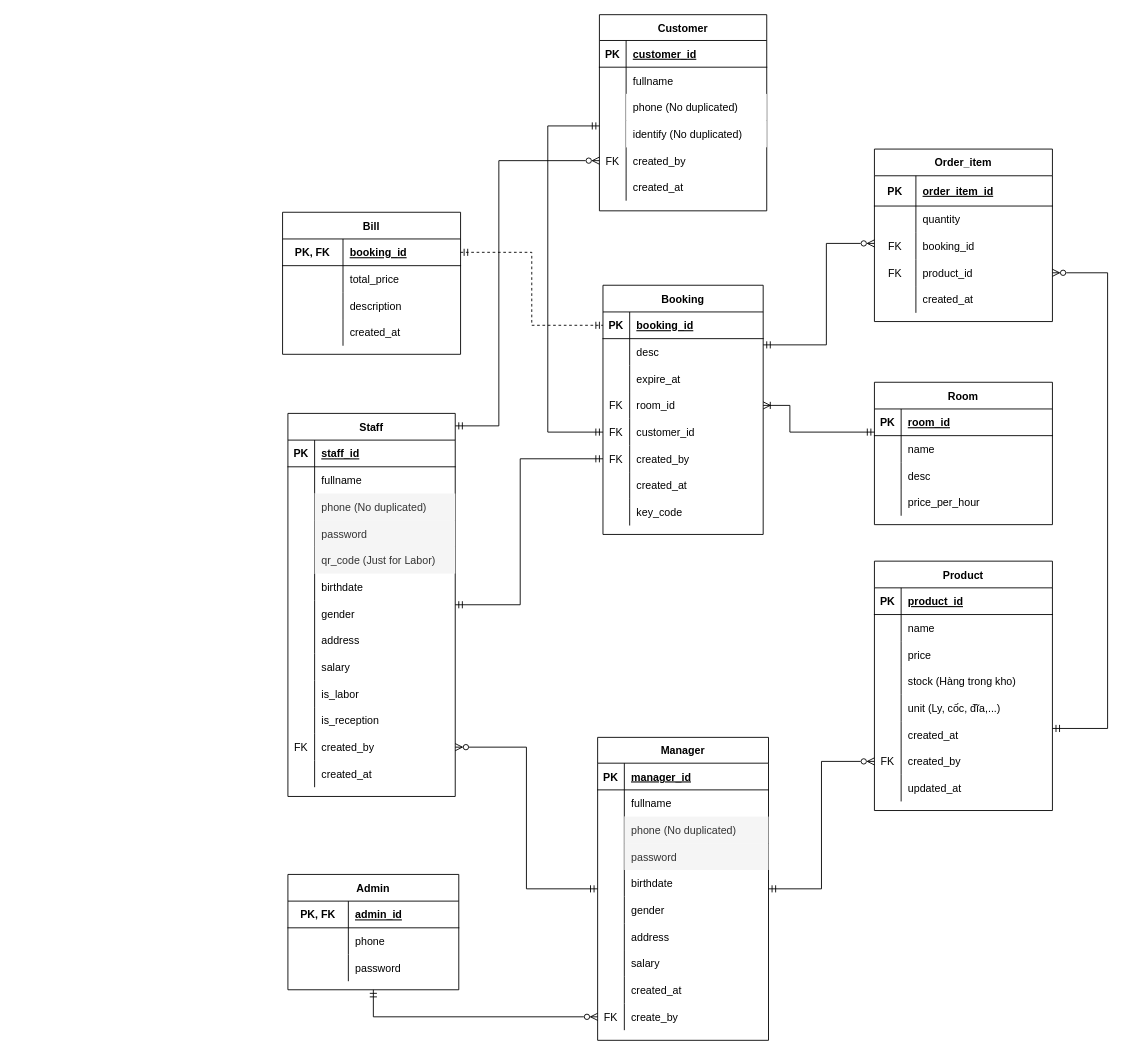
The draw.io diagram page "ERD" (1 of 2) of Hotel/ERD/Hotel_Digrams.drawio in akili862002/HotelManagementWF, before the edit. Source tidied: cells renumbered, new cells numbered last; positions are measured from the earlier drawing's top-left corner, leaving out a move shared by most shapes. Both pictures are drawn from the tidied source at 89%, with x=0, y=0 at pixel (282, 14).
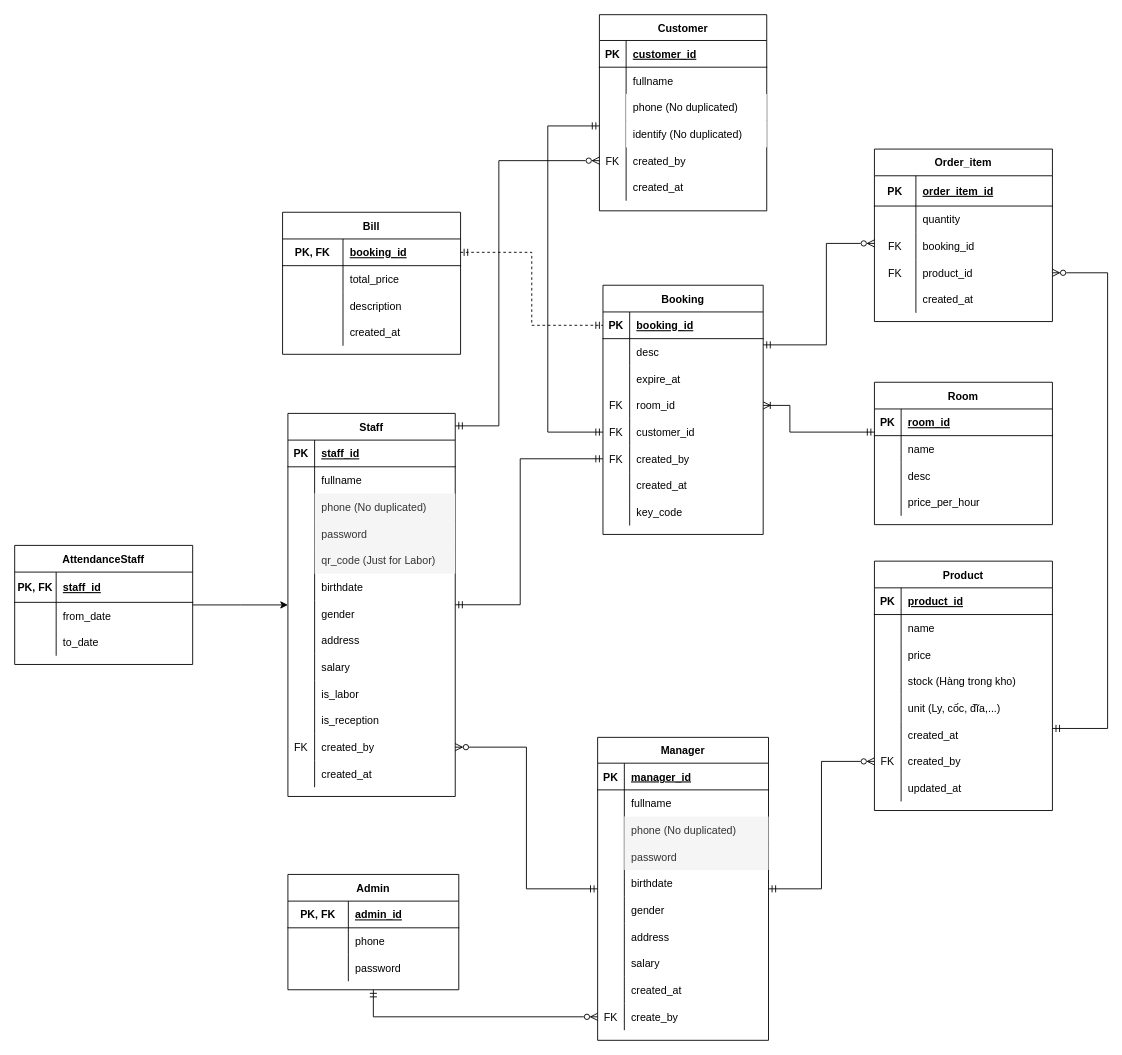
The same diagram, later.

The change refers to these unchanged cells:
```xml
<mxCell id="2" value="Staff" style="shape=table;startSize=30;childLayout=tableLayout;rowLines=0;fontStyle=1;align=center;" parent="1" vertex="1">
  <mxGeometry x="6" y="448" width="188" height="430.4" as="geometry" />
</mxCell>
```

Change to the diagram source:
```diff
@@
+    <mxCell id="204" style="edgeStyle=orthogonalEdgeStyle;rounded=0;jettySize=auto;html=1;" parent="1" edge="1" source="205" target="2">
+      <mxGeometry relative="1" as="geometry" />
+    </mxCell>
+    <mxCell id="205" value="AttendanceStaff" style="shape=table;startSize=30;childLayout=tableLayout;rowLines=0;fontStyle=1;align=center;" parent="1" vertex="1">
+      <mxGeometry x="-301" y="596.3" width="200" height="133.8" as="geometry" />
+    </mxCell>
+    <mxCell id="206" style="shape=tableRow;horizontal=0;startSize=0;swimlaneHead=0;swimlaneBody=0;fillColor=none;top=0;left=0;right=0;bottom=1;" parent="205" vertex="1">
+      <mxGeometry y="30" width="200" height="34" as="geometry" />
+    </mxCell>
+    <mxCell id="207" value="PK, FK" style="shape=partialRectangle;fillColor=none;top=0;left=0;bottom=0;right=0;fontStyle=1;overflow=hidden;" parent="206" vertex="1">
+      <mxGeometry width="46.6" height="34" as="geometry" />
+    </mxCell>
+    <mxCell id="208" value="staff_id" style="shape=partialRectangle;fillColor=none;top=0;left=0;bottom=0;right=0;align=left;spacingLeft=6;fontStyle=5;overflow=hidden;" parent="206" vertex="1">
+      <mxGeometry x="46.6" width="153.4" height="34" as="geometry" />
+    </mxCell>
+    <mxCell id="209" style="shape=tableRow;horizontal=0;startSize=0;swimlaneHead=0;swimlaneBody=0;fillColor=none;top=0;left=0;right=0;bottom=0;" parent="205" vertex="1">
+      <mxGeometry y="64" width="200" height="30" as="geometry" />
+    </mxCell>
+    <mxCell id="210" style="shape=partialRectangle;fillColor=none;top=0;left=0;bottom=0;right=0;overflow=hidden;" parent="209" vertex="1">
+      <mxGeometry width="46.6" height="30" as="geometry" />
+    </mxCell>
+    <mxCell id="211" value="from_date" style="shape=partialRectangle;fillColor=none;top=0;left=0;bottom=0;right=0;align=left;spacingLeft=6;overflow=hidden;" parent="209" vertex="1">
+      <mxGeometry x="46.6" width="153.4" height="30" as="geometry" />
+    </mxCell>
+    <mxCell id="212" style="shape=tableRow;horizontal=0;startSize=0;swimlaneHead=0;swimlaneBody=0;fillColor=none;top=0;left=0;right=0;bottom=0;" parent="205" vertex="1">
+      <mxGeometry y="94" width="200" height="30" as="geometry" />
+    </mxCell>
+    <mxCell id="213" style="shape=partialRectangle;fillColor=none;top=0;left=0;bottom=0;right=0;overflow=hidden;" parent="212" vertex="1">
+      <mxGeometry width="46.6" height="30" as="geometry" />
+    </mxCell>
+    <mxCell id="214" value="to_date" style="shape=partialRectangle;fillColor=none;top=0;left=0;bottom=0;right=0;align=left;spacingLeft=6;overflow=hidden;" parent="212" vertex="1">
+      <mxGeometry x="46.6" width="153.4" height="30" as="geometry" />
+    </mxCell>
```
